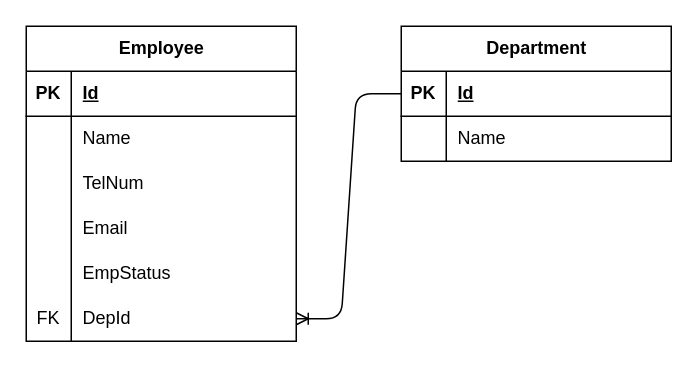
Before: docs/01_db/ER.dio in Keiichiro-Murayama/csharp_training_202605, a draw.io diagram. Source tidied: cells renumbered, new cells numbered last; positions are measured from the earlier drawing's top-left corner, leaving out a move shared by most shapes. Both pictures are drawn from the tidied source at 150%, with x=0, y=0 at pixel (26, 26).
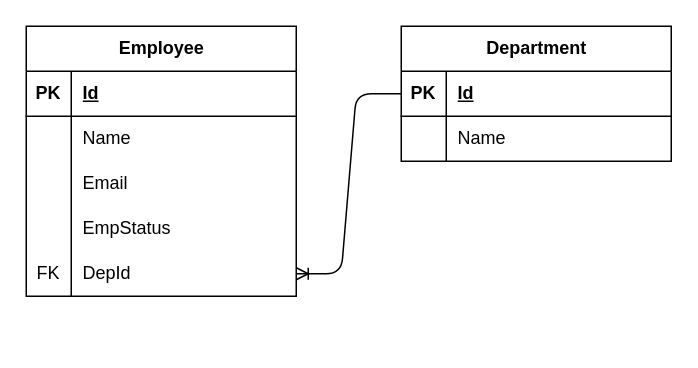
After the change.

Commit message (it also covers changes not shown here):
finished Class_figure

Change to the diagram source:
```diff
@@
     <mxCell id="2" value="Employee" style="shape=table;startSize=30;childLayout=tableLayout;rowLines=0;fontStyle=1;align=center;html=1;" parent="1" vertex="1">
-      <mxGeometry width="180" height="210" as="geometry" />
+      <mxGeometry width="180" height="180" as="geometry" />
     </mxCell>
@@
-    <mxCell id="9" style="shape=tableRow;horizontal=0;startSize=0;swimlaneHead=0;swimlaneBody=0;fillColor=none;top=0;left=0;right=0;bottom=0;" parent="2" vertex="1">
-      <mxGeometry y="90" width="180" height="30" as="geometry" />
-    </mxCell>
-    <mxCell id="10" style="shape=partialRectangle;fillColor=none;top=0;left=0;bottom=0;right=0;overflow=hidden;whiteSpace=wrap;html=1;" parent="9" vertex="1">
-      <mxGeometry width="30" height="30" as="geometry" />
-    </mxCell>
-    <mxCell id="11" value="TelNum" style="shape=partialRectangle;fillColor=none;top=0;left=0;bottom=0;right=0;align=left;spacingLeft=6;overflow=hidden;whiteSpace=wrap;html=1;" parent="9" vertex="1">
-      <mxGeometry x="30" width="150" height="30" as="geometry" />
-    </mxCell>
     <mxCell id="12" style="shape=tableRow;horizontal=0;startSize=0;swimlaneHead=0;swimlaneBody=0;fillColor=none;top=0;left=0;right=0;bottom=0;" parent="2" vertex="1">
-      <mxGeometry y="120" width="180" height="30" as="geometry" />
+      <mxGeometry y="90" width="180" height="30" as="geometry" />
     </mxCell>
@@
     <mxCell id="15" style="shape=tableRow;horizontal=0;startSize=0;swimlaneHead=0;swimlaneBody=0;fillColor=none;top=0;left=0;right=0;bottom=0;" parent="2" vertex="1">
-      <mxGeometry y="150" width="180" height="30" as="geometry" />
+      <mxGeometry y="120" width="180" height="30" as="geometry" />
     </mxCell>
@@
     <mxCell id="18" style="shape=tableRow;horizontal=0;startSize=0;swimlaneHead=0;swimlaneBody=0;fillColor=none;points=[[0,0.5],[1,0.5]];portConstraint=eastwest;top=0;left=0;right=0;bottom=0;" parent="2" vertex="1">
-      <mxGeometry y="180" width="180" height="30" as="geometry" />
+      <mxGeometry y="150" width="180" height="30" as="geometry" />
     </mxCell>
```
